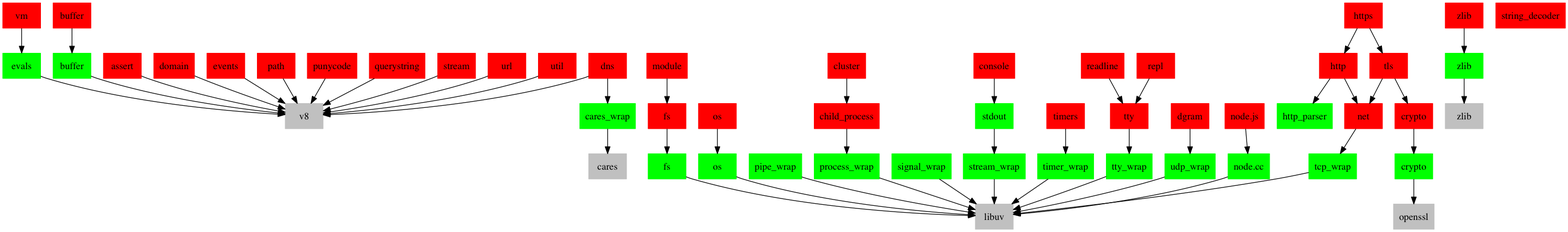
Before: docs/nodejs-components.png, a diagram exported from Graphviz (apigee/trireme). Its source is kept beside it as docs/nodejs-components.dot.
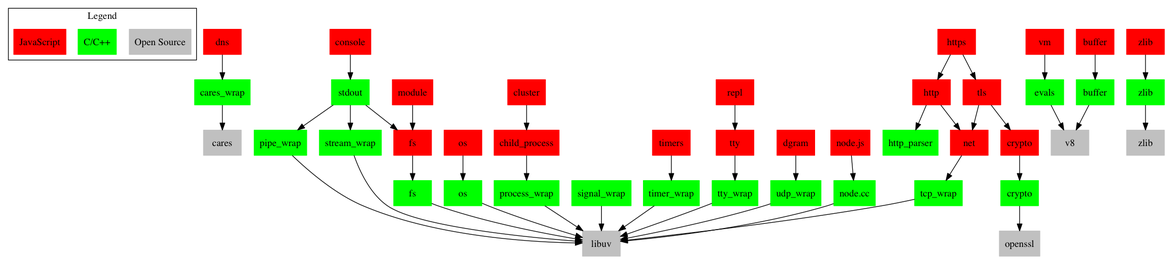
The same file after the commit.

The edit, as a diff of the source:
```diff
@@ -1,5 +1,13 @@
 digraph N {
     node [shape=box, style=filled];
+
+    /* key */
+    subgraph clusterLegend {
+    label="Legend";
+    oss [label="Open Source", color = grey];
+    cplusplus [label="C/C++", color=green];
+    JavaScript [color=red];
+    }
 
     /* Built-in and OSS stuff */
     cares [color=grey];
@@ -31,7 +39,6 @@
 
     /* JS stuff */
     node_js [label="node.js", color=red];
-    assert [color=red];
     buffer [color=red];
     child_process [color=red];
     cluster [color=red];
@@ -39,26 +46,16 @@
     crypto [color=red];
     dgram [color=red];
     dns [color=red];
-    domain [color=red];
-    events [color=red];
     fs [color=red];
     http [color=red];
     https [color=red];
     module [color=red];
     net [color=red];
     os [color=red];
-    path [color=red];
-    punycode [color=red];
-    querystring [color=red];
-    readline [color=red];
     repl [color=red];
-    stream [color=red];
-    string_decoder [color=red];
     timers [color=red];
     tls [color=red];
     tty [color=red];
-    url [color=red];
-    util [color=red];
     vm [color=red];
     zlib [color=red];
 
@@ -81,6 +78,8 @@
     buffer_wrap -> v8;
     os_wrap -> libuv;
     stdout -> stream_wrap;
+    stdout -> pipe_wrap;
+    stdout -> fs;
     zlib_wrap -> zlib_oss;
 
     buffer -> buffer_wrap;
@@ -99,23 +98,10 @@
     net -> tcp_wrap;
     os -> os_wrap;
     repl -> tty;
-    readline -> tty;
-    repl -> tty;
     timers -> timer_wrap;
     tls -> crypto;
     tls -> net;
     tty -> tty_wrap;
     vm -> evals_wrap;
     zlib -> zlib_wrap;
-
-    assert -> v8;
-    dns -> v8;
-    domain -> v8;
-    events -> v8;
-    path -> v8;
-    punycode -> v8;
-    querystring -> v8;
-    stream -> v8;
-    url -> v8;
-    util -> v8;
 }
```
